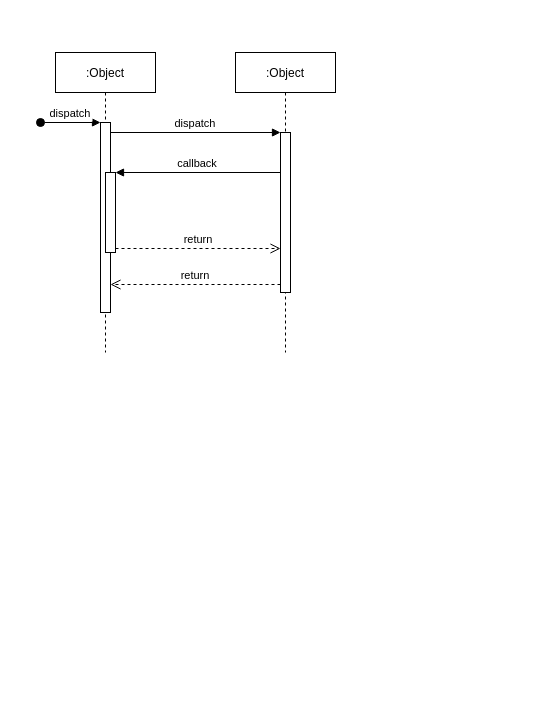
comeonfox/AnyQ keeps this draw.io diagram as docs/故障处理过程.drawio. Above is the earlier version. Source tidied: cells renumbered, new cells numbered last; positions are measured from the earlier drawing's top-left corner, leaving out a move shared by most shapes. Both pictures are drawn from the tidied source at 100%, with x=0, y=0 at pixel (40, 52).
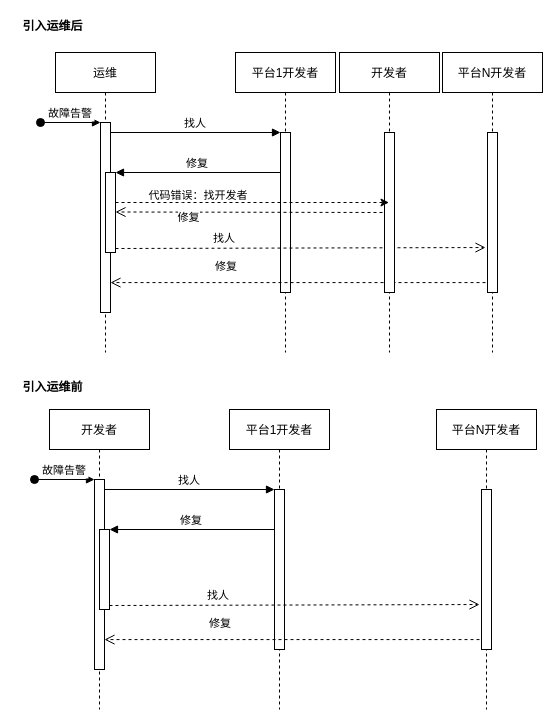
The same page after the edit.

Commit message:
Update 故障处理过程.drawio

The change refers to these unchanged cells:
```xml
<mxCell id="3" style="points=[];perimeter=orthogonalPerimeter;rounded=0;shadow=0;strokeWidth=1;" parent="2" vertex="1">
  <mxGeometry x="45" y="70" width="10" height="190" as="geometry" />
</mxCell>
<mxCell id="5" style="points=[];perimeter=orthogonalPerimeter;rounded=0;shadow=0;strokeWidth=1;" parent="2" vertex="1">
  <mxGeometry x="50" y="120" width="10" height="80" as="geometry" />
</mxCell>
<mxCell id="7" style="points=[];perimeter=orthogonalPerimeter;rounded=0;shadow=0;strokeWidth=1;" parent="6" vertex="1">
  <mxGeometry x="45" y="80" width="10" height="160" as="geometry" />
</mxCell>
```

The edit, as a diff of the source:
```diff
@@
-    <mxCell id="2" value=":Object" style="shape=umlLifeline;perimeter=lifelinePerimeter;rounded=0;shadow=0;strokeWidth=1;" parent="1" vertex="1">
+    <mxCell id="2" value="运维" style="shape=umlLifeline;perimeter=lifelinePerimeter;rounded=0;shadow=0;strokeWidth=1;" parent="1" vertex="1">
       <mxGeometry x="15" width="100" height="300" as="geometry" />
     </mxCell>
@@
-    <mxCell id="4" value="dispatch" style="verticalAlign=bottom;startArrow=oval;endArrow=block;startSize=8;shadow=0;strokeWidth=1;" parent="2" edge="1" target="3">
+    <mxCell id="4" value="故障告警" style="verticalAlign=bottom;startArrow=oval;endArrow=block;startSize=8;shadow=0;strokeWidth=1;" parent="2" edge="1" target="3">
       <mxGeometry relative="1" as="geometry">
         <mxPoint x="-15" y="70" as="sourcePoint" />
       </mxGeometry>
     </mxCell>
@@
-    <mxCell id="6" value=":Object" style="shape=umlLifeline;perimeter=lifelinePerimeter;rounded=0;shadow=0;strokeWidth=1;" parent="1" vertex="1">
+    <mxCell id="6" value="平台1开发者" style="shape=umlLifeline;perimeter=lifelinePerimeter;rounded=0;shadow=0;strokeWidth=1;" parent="1" vertex="1">
       <mxGeometry x="195" width="100" height="300" as="geometry" />
     </mxCell>
@@
-    <mxCell id="8" value="return" style="verticalAlign=bottom;endArrow=open;dashed=1;endSize=8;exitX=0;exitY=0.95;shadow=0;strokeWidth=1;" parent="1" edge="1" source="7" target="3">
-      <mxGeometry relative="1" as="geometry" />
+    <mxCell id="8" value="修复" style="verticalAlign=bottom;endArrow=open;dashed=1;endSize=8;exitX=-0.2;exitY=0.938;shadow=0;strokeWidth=1;exitDx=0;exitDy=0;exitPerimeter=0;" parent="1" edge="1" source="13" target="3">
+      <mxGeometry x="0.38" y="-7" relative="1" as="geometry" />
     </mxCell>
-    <mxCell id="9" value="dispatch" style="verticalAlign=bottom;endArrow=block;entryX=0;entryY=0;shadow=0;strokeWidth=1;" parent="1" edge="1" source="3" target="7">
+    <mxCell id="9" value="找人" style="verticalAlign=bottom;endArrow=block;entryX=0;entryY=0;shadow=0;strokeWidth=1;" parent="1" edge="1" source="3" target="7">
       <mxGeometry relative="1" as="geometry" />
     </mxCell>
-    <mxCell id="10" value="callback" style="verticalAlign=bottom;endArrow=block;entryX=1;entryY=0;shadow=0;strokeWidth=1;" parent="1" edge="1" source="7" target="5">
+    <mxCell id="10" value="修复" style="verticalAlign=bottom;endArrow=block;entryX=1;entryY=0;shadow=0;strokeWidth=1;" parent="1" edge="1" source="7" target="5">
       <mxGeometry relative="1" as="geometry" />
     </mxCell>
-    <mxCell id="11" value="return" style="verticalAlign=bottom;endArrow=open;dashed=1;endSize=8;exitX=1;exitY=0.95;shadow=0;strokeWidth=1;" parent="1" edge="1" source="5" target="7">
-      <mxGeometry relative="1" as="geometry" />
+    <mxCell id="11" value="找人" style="verticalAlign=bottom;endArrow=open;dashed=1;endSize=8;exitX=1;exitY=0.95;shadow=0;strokeWidth=1;entryX=-0.2;entryY=0.719;entryDx=0;entryDy=0;entryPerimeter=0;" parent="1" edge="1" source="5" target="13">
+      <mxGeometry x="-0.41" y="1" relative="1" as="geometry" />
     </mxCell>
+    <mxCell id="12" value="平台N开发者" style="shape=umlLifeline;perimeter=lifelinePerimeter;rounded=0;shadow=0;strokeWidth=1;" parent="1" vertex="1">
+      <mxGeometry x="402" width="100" height="300" as="geometry" />
+    </mxCell>
+    <mxCell id="13" style="points=[];perimeter=orthogonalPerimeter;rounded=0;shadow=0;strokeWidth=1;" parent="12" vertex="1">
+      <mxGeometry x="45" y="80" width="10" height="160" as="geometry" />
+    </mxCell>
+    <mxCell id="14" value="&lt;b&gt;引入运维后&lt;/b&gt;" style="text;html=1;align=center;verticalAlign=middle;strokeColor=none;fillColor=none;" parent="1" vertex="1">
+      <mxGeometry x="-23" y="-35" width="70" height="18" as="geometry" />
+    </mxCell>
+    <mxCell id="15" value="开发者" style="shape=umlLifeline;perimeter=lifelinePerimeter;rounded=0;shadow=0;strokeWidth=1;" parent="1" vertex="1">
+      <mxGeometry x="299" width="100" height="300" as="geometry" />
+    </mxCell>
+    <mxCell id="16" style="perimeter=orthogonalPerimeter;rounded=0;shadow=0;strokeWidth=1;" parent="15" vertex="1">
+      <mxGeometry x="45" y="80" width="10" height="160" as="geometry" />
+    </mxCell>
+    <mxCell id="17" value="代码错误：找开发者" style="verticalAlign=bottom;endArrow=open;dashed=1;endSize=8;shadow=0;strokeWidth=1;" parent="15" edge="1">
+      <mxGeometry x="0.38" y="-8" relative="1" as="geometry">
+        <mxPoint x="43" y="160" as="sourcePoint" />
+        <mxPoint x="-224" y="159.5" as="targetPoint" />
+      </mxGeometry>
+    </mxCell>
+    <mxCell id="18" value="修复" style="edgeLabel;html=1;align=center;verticalAlign=middle;" parent="17" vertex="1">
+      <mxGeometry x="0.52" relative="1" as="geometry">
+        <mxPoint x="8" y="5" as="offset" />
+      </mxGeometry>
+    </mxCell>
+    <mxCell id="19" style="edgeStyle=orthogonalEdgeStyle;rounded=0;jettySize=auto;html=1;dashed=1;" parent="1" edge="1" source="5" target="15">
+      <mxGeometry relative="1" as="geometry">
+        <Array as="points">
+          <mxPoint x="142" y="150" />
+          <mxPoint x="142" y="150" />
+        </Array>
+      </mxGeometry>
+    </mxCell>
+    <mxCell id="20" value="开发者" style="shape=umlLifeline;perimeter=lifelinePerimeter;rounded=0;shadow=0;strokeWidth=1;" parent="1" vertex="1">
+      <mxGeometry x="9" y="357" width="100" height="300" as="geometry" />
+    </mxCell>
+    <mxCell id="21" style="points=[];perimeter=orthogonalPerimeter;rounded=0;shadow=0;strokeWidth=1;" parent="20" vertex="1">
+      <mxGeometry x="45" y="70" width="10" height="190" as="geometry" />
+    </mxCell>
+    <mxCell id="22" value="故障告警" style="verticalAlign=bottom;startArrow=oval;endArrow=block;startSize=8;shadow=0;strokeWidth=1;" parent="20" edge="1" target="21">
+      <mxGeometry relative="1" as="geometry">
+        <mxPoint x="-15" y="70" as="sourcePoint" />
+      </mxGeometry>
+    </mxCell>
+    <mxCell id="23" style="points=[];perimeter=orthogonalPerimeter;rounded=0;shadow=0;strokeWidth=1;" parent="20" vertex="1">
+      <mxGeometry x="50" y="120" width="10" height="80" as="geometry" />
+    </mxCell>
+    <mxCell id="24" value="平台1开发者" style="shape=umlLifeline;perimeter=lifelinePerimeter;rounded=0;shadow=0;strokeWidth=1;" parent="1" vertex="1">
+      <mxGeometry x="189" y="357" width="100" height="300" as="geometry" />
+    </mxCell>
+    <mxCell id="25" style="points=[];perimeter=orthogonalPerimeter;rounded=0;shadow=0;strokeWidth=1;" parent="24" vertex="1">
+      <mxGeometry x="45" y="80" width="10" height="160" as="geometry" />
+    </mxCell>
+    <mxCell id="26" value="修复" style="verticalAlign=bottom;endArrow=open;dashed=1;endSize=8;exitX=-0.2;exitY=0.938;shadow=0;strokeWidth=1;exitDx=0;exitDy=0;exitPerimeter=0;" parent="1" edge="1" source="31" target="21">
+      <mxGeometry x="0.38" y="-7" relative="1" as="geometry" />
+    </mxCell>
+    <mxCell id="27" value="找人" style="verticalAlign=bottom;endArrow=block;entryX=0;entryY=0;shadow=0;strokeWidth=1;" parent="1" edge="1" source="21" target="25">
+      <mxGeometry relative="1" as="geometry" />
+    </mxCell>
+    <mxCell id="28" value="修复" style="verticalAlign=bottom;endArrow=block;entryX=1;entryY=0;shadow=0;strokeWidth=1;" parent="1" edge="1" source="25" target="23">
+      <mxGeometry relative="1" as="geometry" />
+    </mxCell>
+    <mxCell id="29" value="找人" style="verticalAlign=bottom;endArrow=open;dashed=1;endSize=8;exitX=1;exitY=0.95;shadow=0;strokeWidth=1;entryX=-0.2;entryY=0.719;entryDx=0;entryDy=0;entryPerimeter=0;" parent="1" edge="1" source="23" target="31">
+      <mxGeometry x="-0.41" y="1" relative="1" as="geometry" />
+    </mxCell>
+    <mxCell id="30" value="平台N开发者" style="shape=umlLifeline;perimeter=lifelinePerimeter;rounded=0;shadow=0;strokeWidth=1;" parent="1" vertex="1">
+      <mxGeometry x="396" y="357" width="100" height="300" as="geometry" />
+    </mxCell>
+    <mxCell id="31" style="points=[];perimeter=orthogonalPerimeter;rounded=0;shadow=0;strokeWidth=1;" parent="30" vertex="1">
+      <mxGeometry x="45" y="80" width="10" height="160" as="geometry" />
+    </mxCell>
+    <mxCell id="32" value="&lt;b&gt;引入运维前&lt;/b&gt;" style="text;html=1;align=center;verticalAlign=middle;strokeColor=none;fillColor=none;" parent="1" vertex="1">
+      <mxGeometry x="-23" y="326" width="70" height="18" as="geometry" />
+    </mxCell>
```
